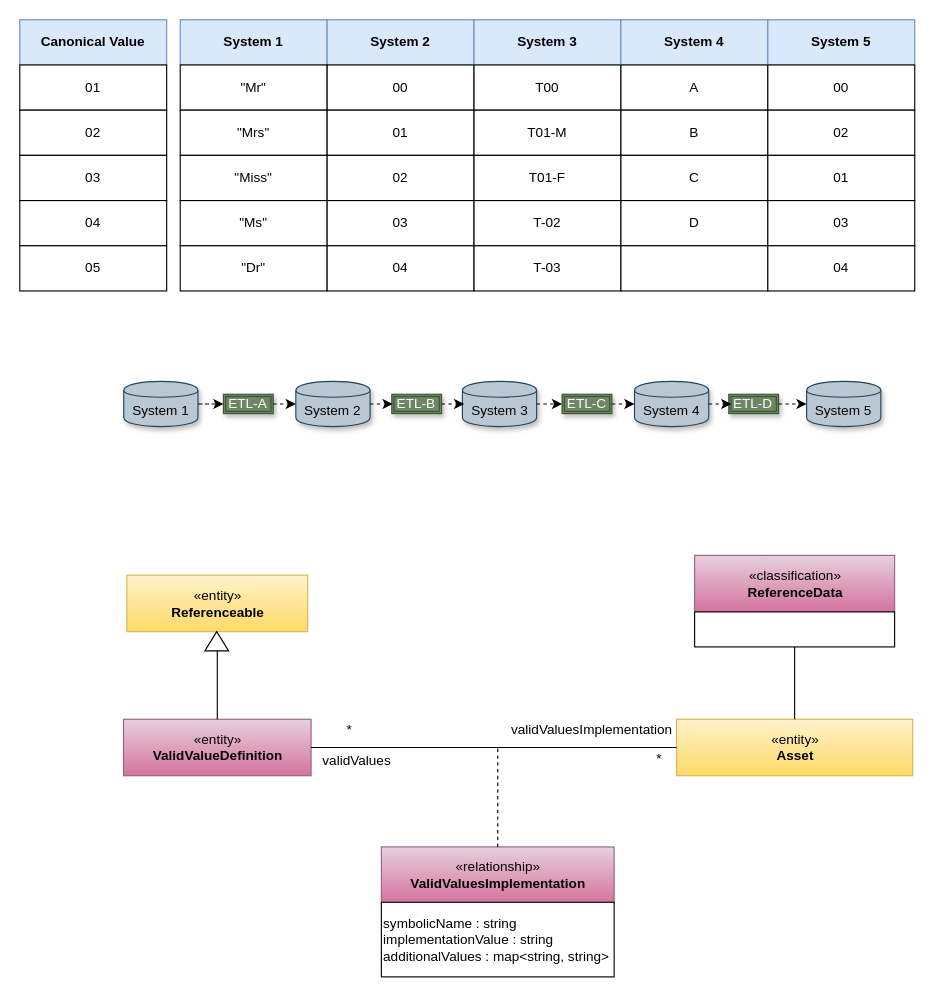
The draw.io diagram page "mapping-table" (3 of 7) of site/docs/features/reference-data-management/reference-data-management.drawio in odpi/egeria-docs, before the edit. Source tidied: cells renumbered, new cells numbered last; positions are measured from the earlier drawing's top-left corner, leaving out a move shared by most shapes. Both pictures are drawn from the tidied source at 113%, with x=0, y=0 at pixel (19, 19).
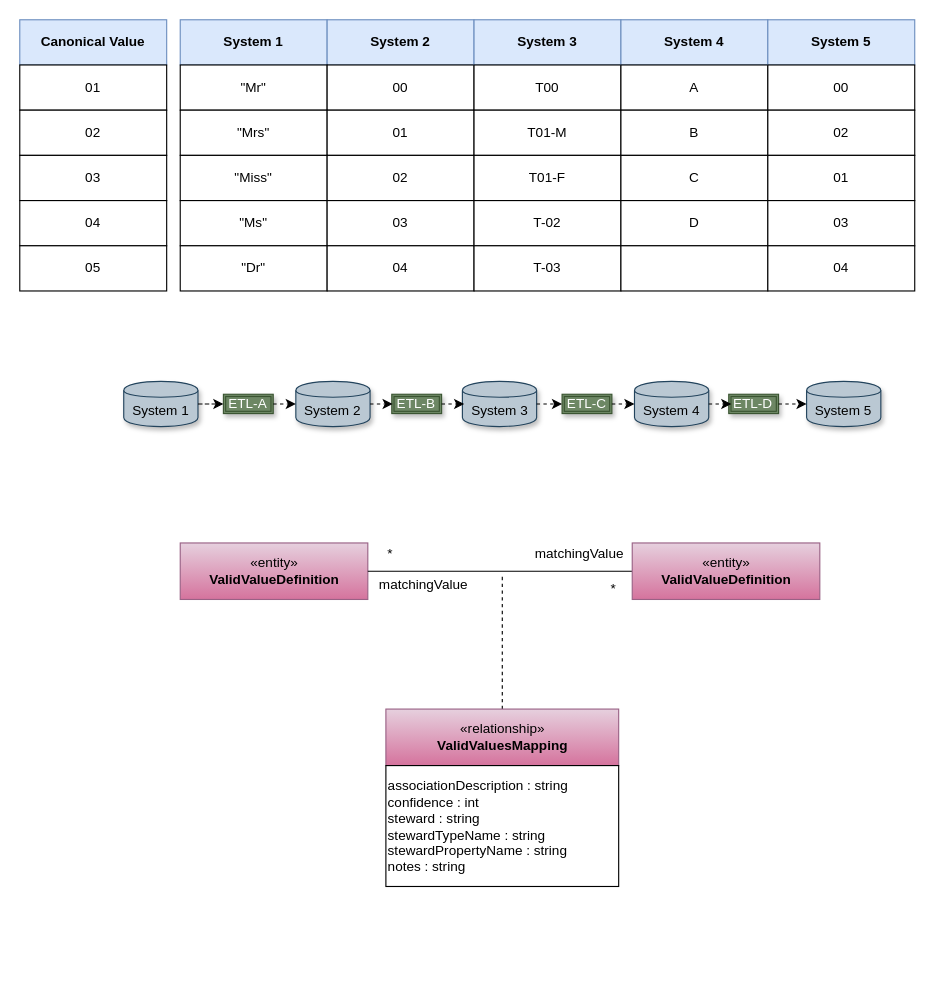
The same page after the edit.

Change to the diagram source:
```diff
@@
-    <mxCell id="56" value="«entity»&lt;br&gt;&lt;b&gt;ValidValueDefinition&lt;/b&gt;" style="html=1;strokeColor=#996185;align=center;fillColor=#e6d0de;gradientColor=#d5739d;" parent="1" vertex="1">
-      <mxGeometry x="91.8" y="619" width="166" height="50" as="geometry" />
-    </mxCell>
-    <mxCell id="57" style="edgeStyle=orthogonalEdgeStyle;rounded=0;html=1;endArrow=none;endFill=0;jettySize=auto;" parent="1" edge="1" source="58" target="56">
-      <mxGeometry relative="1" as="geometry" />
-    </mxCell>
-    <mxCell id="58" value="«entity»&lt;br&gt;&lt;b&gt;Referenceable&lt;/b&gt;" style="html=1;strokeColor=#d6b656;align=center;fillColor=#fff2cc;gradientColor=#ffd966;" parent="1" vertex="1">
-      <mxGeometry x="94.8" y="491.5" width="160" height="50" as="geometry" />
-    </mxCell>
-    <mxCell id="59" style="triangle;whiteSpace=wrap;html=1;strokeColor=#000000;gradientColor=#ffffff;align=center;rotation=-90;" parent="1" vertex="1">
-      <mxGeometry x="165.8" y="539.5" width="17" height="21" as="geometry" />
-    </mxCell>
-    <mxCell id="60" value="«entity»&lt;br&gt;&lt;b&gt;Asset&lt;/b&gt;" style="html=1;strokeColor=#d6b656;align=center;fillColor=#fff2cc;gradientColor=#ffd966;" parent="1" vertex="1">
-      <mxGeometry x="581.2" y="619" width="209" height="50" as="geometry" />
-    </mxCell>
-    <mxCell id="61" style="endArrow=none;html=1;exitX=0;exitY=0.5;entryX=1;entryY=0.5;entryDx=0;entryDy=0;" parent="1" edge="1" source="60" target="56">
-      <mxGeometry relative="1" as="geometry" />
-    </mxCell>
-    <mxCell id="62" value="«relationship»&lt;br&gt;&lt;b&gt;ValidValuesImplementation&lt;/b&gt;" style="html=1;strokeColor=#996185;align=center;fillColor=#e6d0de;gradientColor=#d5739d;" parent="1" vertex="1">
-      <mxGeometry x="320" y="732" width="206" height="50" as="geometry" />
-    </mxCell>
-    <mxCell id="63" style="endArrow=none;dashed=1;html=1;entryX=0.5;entryY=0;entryDx=0;entryDy=0;" parent="1" edge="1" target="62">
-      <mxGeometry relative="1" as="geometry">
-        <mxPoint x="423" y="645" as="sourcePoint" />
-      </mxGeometry>
-    </mxCell>
-    <mxCell id="64" value="symbolicName : string&lt;br&gt;implementationValue : string&lt;br&gt;additionalValues : map&amp;lt;string, string&amp;gt;" style="rounded=0;whiteSpace=wrap;html=1;strokeColor=#000000;gradientColor=#ffffff;align=left;" parent="1" vertex="1">
-      <mxGeometry x="320" y="781" width="206" height="66" as="geometry" />
-    </mxCell>
-    <mxCell id="65" value="*" style="text;html=1;strokeColor=none;fillColor=none;align=center;verticalAlign=middle;whiteSpace=wrap;rounded=0;" parent="1" vertex="1">
-      <mxGeometry x="546.2" y="644" width="40" height="20" as="geometry" />
-    </mxCell>
-    <mxCell id="66" value="*" style="text;html=1;strokeColor=none;fillColor=none;align=center;verticalAlign=middle;whiteSpace=wrap;rounded=0;" parent="1" vertex="1">
-      <mxGeometry x="272" y="619" width="40" height="20" as="geometry" />
-    </mxCell>
-    <mxCell id="67" value="validValues" style="text;html=1;strokeColor=none;fillColor=none;align=center;verticalAlign=middle;whiteSpace=wrap;rounded=0;" parent="1" vertex="1">
-      <mxGeometry x="262.2" y="646" width="73" height="20" as="geometry" />
-    </mxCell>
-    <mxCell id="68" value="validValuesImplementation" style="text;html=1;strokeColor=none;fillColor=none;align=center;verticalAlign=middle;whiteSpace=wrap;rounded=0;" parent="1" vertex="1">
-      <mxGeometry x="432.2" y="619" width="149" height="20" as="geometry" />
-    </mxCell>
-    <mxCell id="69" value="«classification»&lt;br&gt;&lt;b&gt;ReferenceData&lt;/b&gt;" style="html=1;strokeColor=#996185;align=center;fillColor=#e6d0de;gradientColor=#d5739d;" parent="1" vertex="1">
-      <mxGeometry x="597.2" y="474" width="177" height="50" as="geometry" />
-    </mxCell>
-    <mxCell id="70" style="edgeStyle=orthogonalEdgeStyle;rounded=0;jettySize=auto;html=1;exitX=0.5;exitY=1;exitDx=0;exitDy=0;endArrow=none;endFill=0;" parent="1" edge="1" source="71" target="60">
-      <mxGeometry relative="1" as="geometry" />
-    </mxCell>
-    <mxCell id="71" style="rounded=0;whiteSpace=wrap;html=1;strokeColor=#000000;gradientColor=#ffffff;align=left;" parent="1" vertex="1">
-      <mxGeometry x="597.2" y="524" width="177" height="31" as="geometry" />
-    </mxCell>
+    <mxCell id="72" value="«entity»&lt;br&gt;&lt;b&gt;ValidValueDefinition&lt;/b&gt;" style="html=1;strokeColor=#996185;align=center;fillColor=#e6d0de;gradientColor=#d5739d;" parent="1" vertex="1">
+      <mxGeometry x="142" y="463" width="166" height="50" as="geometry" />
+    </mxCell>
+    <mxCell id="73" style="edgeStyle=orthogonalEdgeStyle;rounded=0;jettySize=auto;html=1;exitX=1;exitY=0.5;exitDx=0;exitDy=0;entryX=0;entryY=0.5;entryDx=0;entryDy=0;endArrow=none;endFill=0;" parent="1" edge="1" source="72" target="81">
+      <mxGeometry relative="1" as="geometry" />
+    </mxCell>
+    <mxCell id="74" value="matchingValue" style="text;html=1;strokeColor=none;fillColor=none;align=center;verticalAlign=middle;whiteSpace=wrap;rounded=0;" parent="1" vertex="1">
+      <mxGeometry x="459" y="463" width="73" height="20" as="geometry" />
+    </mxCell>
+    <mxCell id="75" value="matchingValue" style="text;html=1;strokeColor=none;fillColor=none;align=center;verticalAlign=middle;whiteSpace=wrap;rounded=0;" parent="1" vertex="1">
+      <mxGeometry x="315" y="490" width="84.5" height="20" as="geometry" />
+    </mxCell>
+    <mxCell id="76" style="edgeStyle=orthogonalEdgeStyle;rounded=0;jettySize=auto;html=1;endArrow=none;endFill=0;dashed=1;" parent="1" edge="1" source="77">
+      <mxGeometry relative="1" as="geometry">
+        <mxPoint x="427" y="490" as="targetPoint" />
+      </mxGeometry>
+    </mxCell>
+    <mxCell id="77" value="«relationship»&lt;br&gt;&lt;b&gt;ValidValuesMapping&lt;/b&gt;" style="html=1;strokeColor=#996185;align=center;fillColor=#e6d0de;gradientColor=#d5739d;" parent="1" vertex="1">
+      <mxGeometry x="324" y="610" width="206" height="50" as="geometry" />
+    </mxCell>
+    <mxCell id="78" value="&lt;div style=&quot;white-space: normal&quot;&gt;&lt;span&gt;associationDescription : string&lt;/span&gt;&lt;/div&gt;&lt;div style=&quot;white-space: normal&quot;&gt;&lt;span&gt;confidence : int&lt;/span&gt;&lt;br&gt;&lt;/div&gt;&lt;div style=&quot;white-space: normal&quot;&gt;steward : string&lt;/div&gt;&lt;div style=&quot;white-space: normal&quot;&gt;stewardTypeName : string&lt;/div&gt;&lt;div style=&quot;white-space: normal&quot;&gt;stewardPropertyName : string&lt;/div&gt;&lt;div style=&quot;white-space: normal&quot;&gt;notes : string&lt;/div&gt;" style="rounded=0;whiteSpace=wrap;html=1;strokeColor=#000000;gradientColor=#ffffff;align=left;" parent="1" vertex="1">
+      <mxGeometry x="324" y="660" width="206" height="107" as="geometry" />
+    </mxCell>
+    <mxCell id="79" value="*" style="text;html=1;align=center;verticalAlign=middle;" parent="1" vertex="1">
+      <mxGeometry x="517" y="495" width="15" height="18" as="geometry" />
+    </mxCell>
+    <mxCell id="80" value="*" style="text;html=1;strokeColor=none;fillColor=none;align=center;verticalAlign=middle;whiteSpace=wrap;rounded=0;" parent="1" vertex="1">
+      <mxGeometry x="308" y="463" width="40" height="20" as="geometry" />
+    </mxCell>
+    <mxCell id="81" value="«entity»&lt;br&gt;&lt;b&gt;ValidValueDefinition&lt;/b&gt;" style="html=1;strokeColor=#996185;align=center;fillColor=#e6d0de;gradientColor=#d5739d;" parent="1" vertex="1">
+      <mxGeometry x="542" y="463" width="166" height="50" as="geometry" />
+    </mxCell>
```
